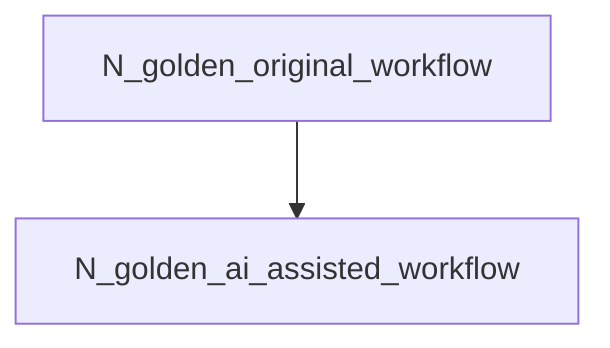
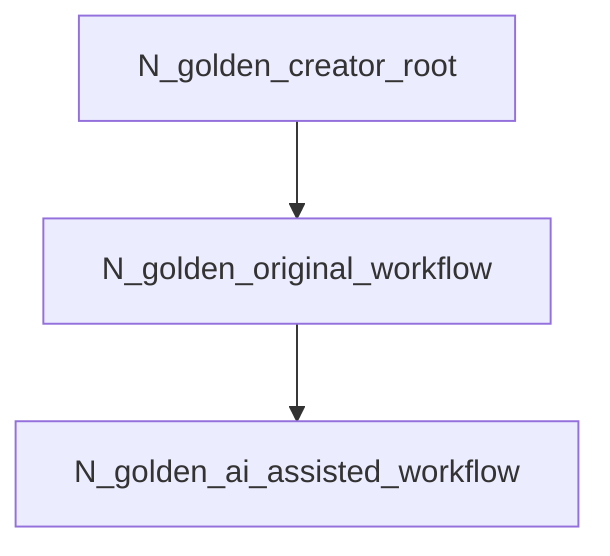
graph TD
+   N_golden_creator_root --> N_golden_original_workflow
  N_golden_original_workflow --> N_golden_ai_assisted_workflow
